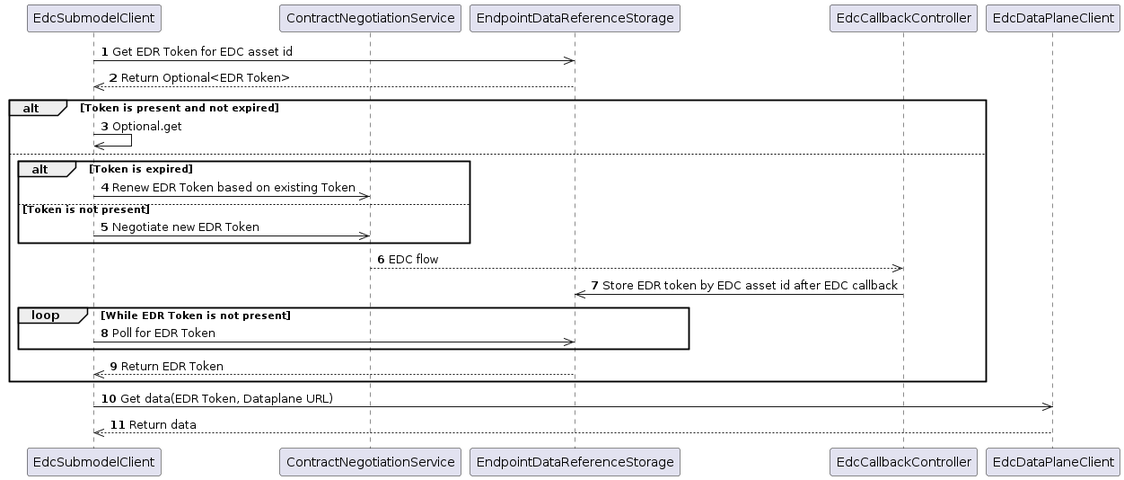
This is docs/assets/arc42/arc42_051.png from eclipse-tractusx/item-relationship-service, a PlantUML export, as it was before one commit.
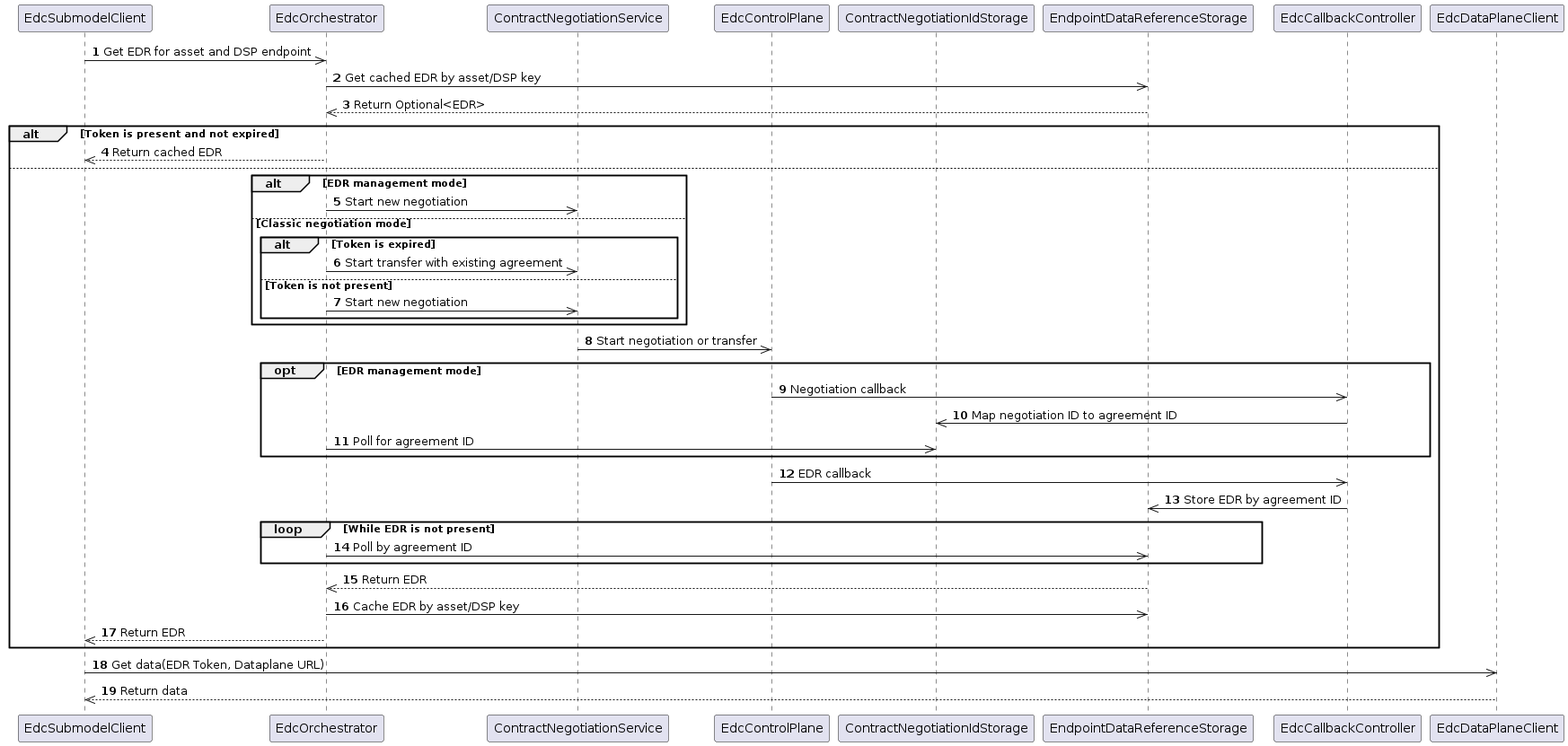
Above is the later version.

What changed in the source:
```diff
@@ -1,28 +1,44 @@
 @startuml
 autonumber
 participant EdcSubmodelClient
+participant EdcOrchestrator
 participant ContractNegotiationService
+participant EdcControlPlane
+participant ContractNegotiationIdStorage
 participant EndpointDataReferenceStorage
 participant EdcCallbackController
 participant EdcDataPlaneClient
 
-EdcSubmodelClient ->> EndpointDataReferenceStorage: Get EDR Token for EDC asset id
-EndpointDataReferenceStorage -->> EdcSubmodelClient: Return Optional<EDR Token>
+EdcSubmodelClient ->> EdcOrchestrator: Get EDR for asset and DSP endpoint
+EdcOrchestrator ->> EndpointDataReferenceStorage: Get cached EDR by asset/DSP key
+EndpointDataReferenceStorage -->> EdcOrchestrator: Return Optional<EDR>
 
 alt Token is present and not expired
-    EdcSubmodelClient ->> EdcSubmodelClient: Optional.get
+    EdcOrchestrator -->> EdcSubmodelClient: Return cached EDR
 else
-    alt Token is expired
-        EdcSubmodelClient ->> ContractNegotiationService: Renew EDR Token based on existing Token
-    else Token is not present
-        EdcSubmodelClient ->> ContractNegotiationService: Negotiate new EDR Token
+    alt EDR management mode
+        EdcOrchestrator ->> ContractNegotiationService: Start new negotiation
+    else Classic negotiation mode
+        alt Token is expired
+            EdcOrchestrator ->> ContractNegotiationService: Start transfer with existing agreement
+        else Token is not present
+            EdcOrchestrator ->> ContractNegotiationService: Start new negotiation
+        end
     end
-    ContractNegotiationService -->> EdcCallbackController: EDC flow
-    EdcCallbackController ->> EndpointDataReferenceStorage: Store EDR token by EDC asset id after EDC callback
-    loop While EDR Token is not present
-        EdcSubmodelClient ->> EndpointDataReferenceStorage: Poll for EDR Token
+    ContractNegotiationService ->> EdcControlPlane: Start negotiation or transfer
+    opt EDR management mode
+        EdcControlPlane ->> EdcCallbackController: Negotiation callback
+        EdcCallbackController ->> ContractNegotiationIdStorage: Map negotiation ID to agreement ID
+        EdcOrchestrator ->> ContractNegotiationIdStorage: Poll for agreement ID
     end
-    EndpointDataReferenceStorage -->> EdcSubmodelClient: Return EDR Token
+    EdcControlPlane ->> EdcCallbackController: EDR callback
+    EdcCallbackController ->> EndpointDataReferenceStorage: Store EDR by agreement ID
+    loop While EDR is not present
+        EdcOrchestrator ->> EndpointDataReferenceStorage: Poll by agreement ID
+    end
+    EndpointDataReferenceStorage -->> EdcOrchestrator: Return EDR
+    EdcOrchestrator ->> EndpointDataReferenceStorage: Cache EDR by asset/DSP key
+    EdcOrchestrator -->> EdcSubmodelClient: Return EDR
 end
 
 EdcSubmodelClient ->> EdcDataPlaneClient: Get data(EDR Token, Dataplane URL)
```
